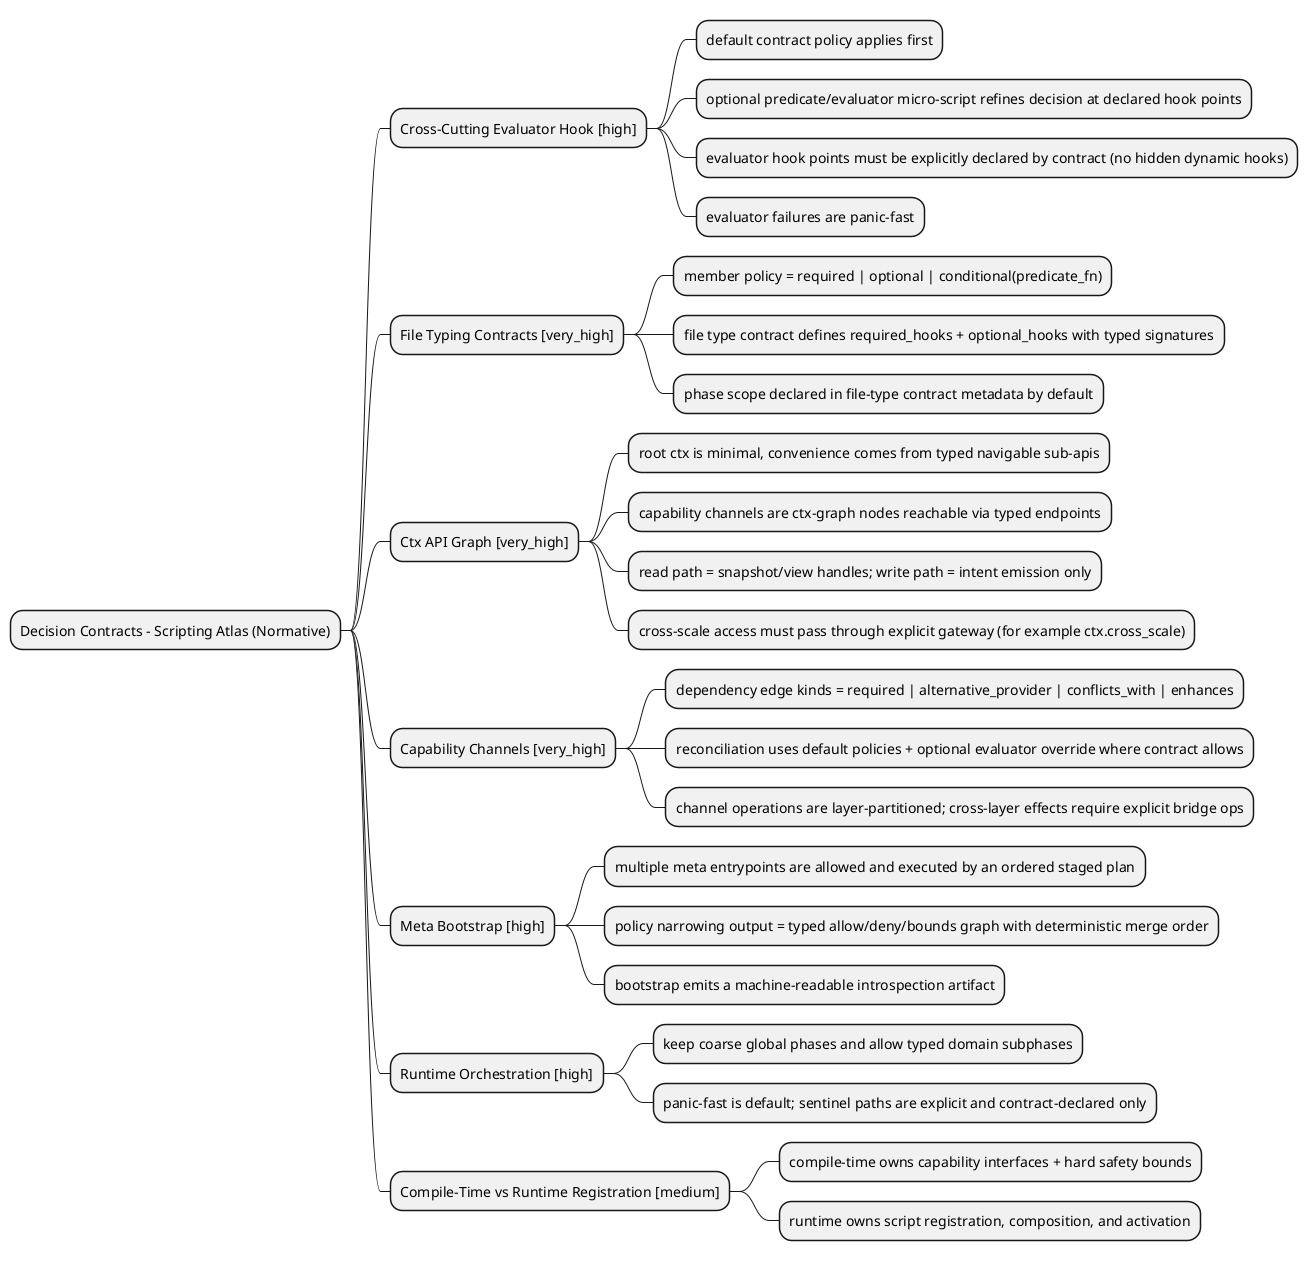
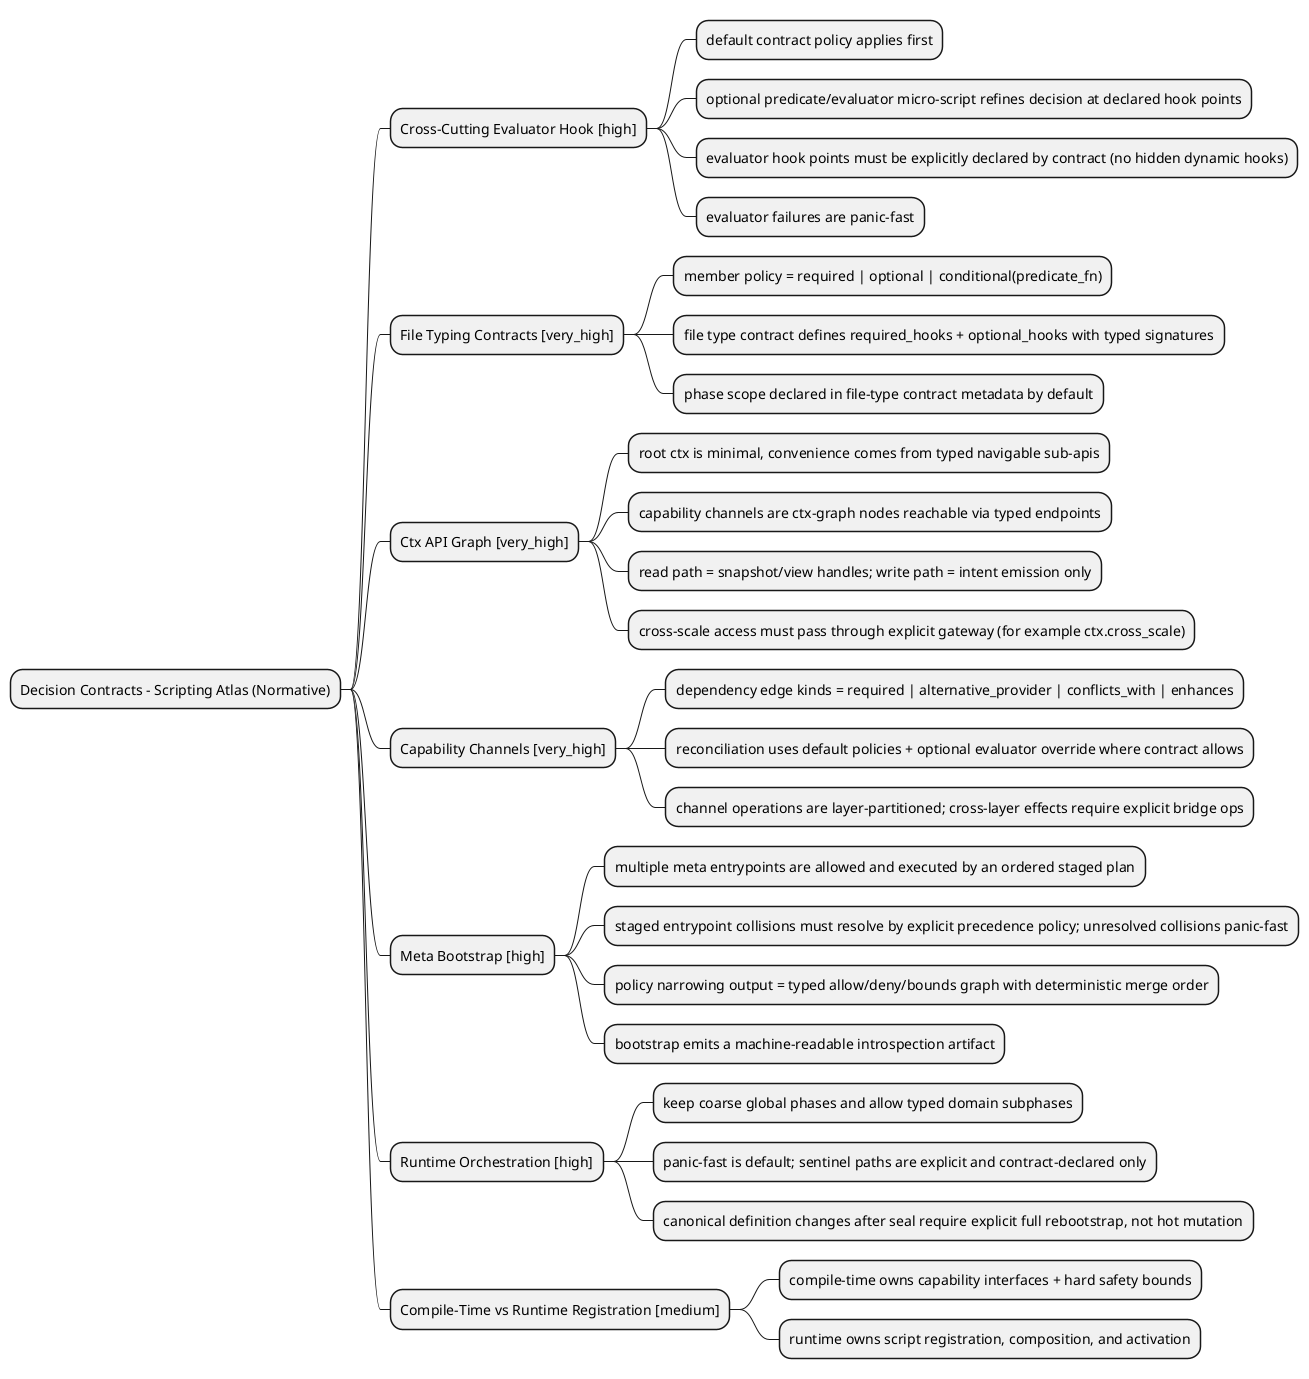
@startmindmap
* Decision Contracts - Scripting Atlas (Normative)
** Cross-Cutting Evaluator Hook [high]
*** default contract policy applies first
*** optional predicate/evaluator micro-script refines decision at declared hook points
*** evaluator hook points must be explicitly declared by contract (no hidden dynamic hooks)
*** evaluator failures are panic-fast
** File Typing Contracts [very_high]
*** member policy = required | optional | conditional(predicate_fn)
*** file type contract defines required_hooks + optional_hooks with typed signatures
*** phase scope declared in file-type contract metadata by default
** Ctx API Graph [very_high]
*** root ctx is minimal, convenience comes from typed navigable sub-apis
*** capability channels are ctx-graph nodes reachable via typed endpoints
*** read path = snapshot/view handles; write path = intent emission only
*** cross-scale access must pass through explicit gateway (for example ctx.cross_scale)
** Capability Channels [very_high]
*** dependency edge kinds = required | alternative_provider | conflicts_with | enhances
*** reconciliation uses default policies + optional evaluator override where contract allows
*** channel operations are layer-partitioned; cross-layer effects require explicit bridge ops
** Meta Bootstrap [high]
*** multiple meta entrypoints are allowed and executed by an ordered staged plan
+ *** staged entrypoint collisions must resolve by explicit precedence policy; unresolved collisions panic-fast
*** policy narrowing output = typed allow/deny/bounds graph with deterministic merge order
*** bootstrap emits a machine-readable introspection artifact
** Runtime Orchestration [high]
*** keep coarse global phases and allow typed domain subphases
*** panic-fast is default; sentinel paths are explicit and contract-declared only
+ *** canonical definition changes after seal require explicit full rebootstrap, not hot mutation
** Compile-Time vs Runtime Registration [medium]
*** compile-time owns capability interfaces + hard safety bounds
*** runtime owns script registration, composition, and activation
@endmindmap

@startmindmap
* Residual Uncertainties (Small)
** evaluator hook placement granularity per capability
** metadata format details for bootstrap artifact
** compile-time vs runtime split details for future extension macros
+ ** explicit rebootstrap trigger contract shape
@endmindmap

@startuml
title Decision Contract Evolution Loop
skinparam activityArrowColor #FB8C00
skinparam ArrowColor #FB8C00
start
:select one residual uncertainty;
repeat
  :draft explicit contract delta;
  :cross-check against context, structure, flow, lifecycle diagrams;
  :record contradictions and missing guarantees;
repeat while (contract delta is coherent?) is (no)
:promote contract delta to normative lock;
stop
@enduml
